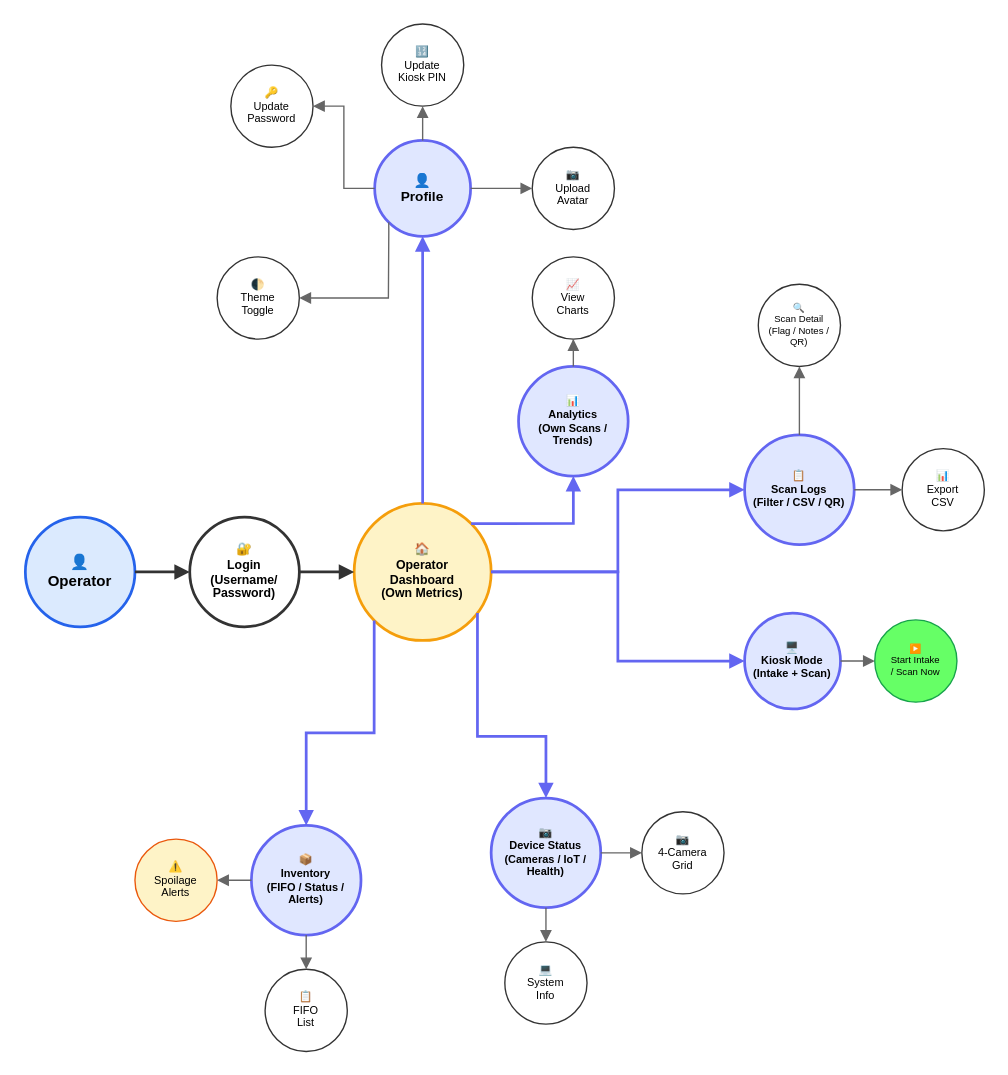
BlackShark404/BananaVision keeps this draw.io diagram as docs/bananavision-docs/docs/workflows/workflow_operator.drawio. Above is the earlier version. Source tidied: cells renumbered, new cells numbered last; positions are measured from the earlier drawing's top-left corner, leaving out a move shared by most shapes. Both pictures are drawn from the tidied source at 137%, with x=0, y=0 at pixel (25, 23).
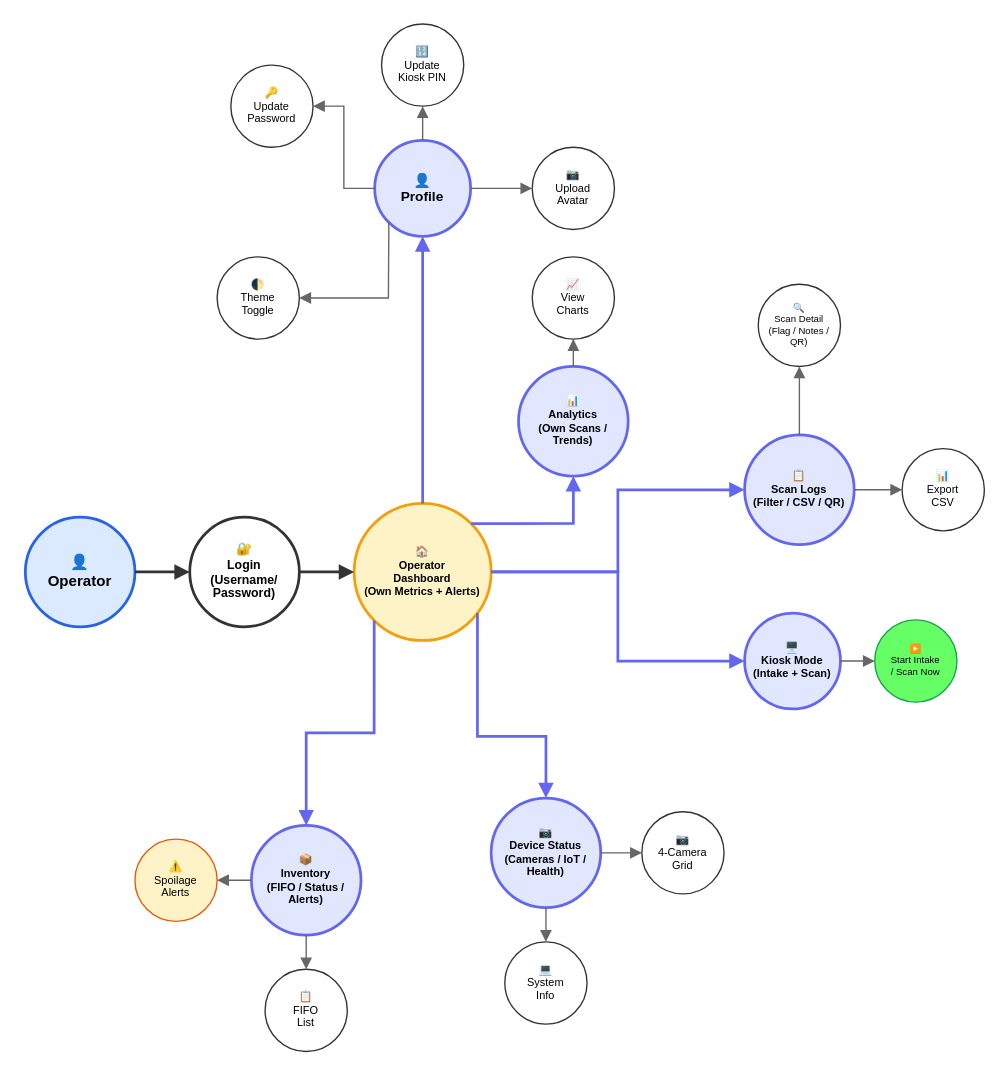
The same page after the edit.

Commit message (it also covers changes not shown here):
Refresh BananaVision workflow docs

What changed in the source:
```diff
@@
-    <mxCell id="4" value="🏠&lt;br&gt;Operator&lt;br&gt;Dashboard&lt;br&gt;(Own Metrics)" style="ellipse;whiteSpace=wrap;html=1;fillColor=#fef3c7;strokeColor=#f59e0b;strokeWidth=2;fontSize=9;fontStyle=1;" parent="1" vertex="1">
+    <mxCell id="4" value="🏠&lt;br&gt;Operator&lt;br&gt;Dashboard&lt;br&gt;(Own Metrics + Alerts)" style="ellipse;whiteSpace=wrap;html=1;fillColor=#fef3c7;strokeColor=#f59e0b;strokeWidth=2;fontSize=8;fontStyle=1;" parent="1" vertex="1">
       <mxGeometry x="240" y="350" width="100" height="100" as="geometry" />
     </mxCell>
```
